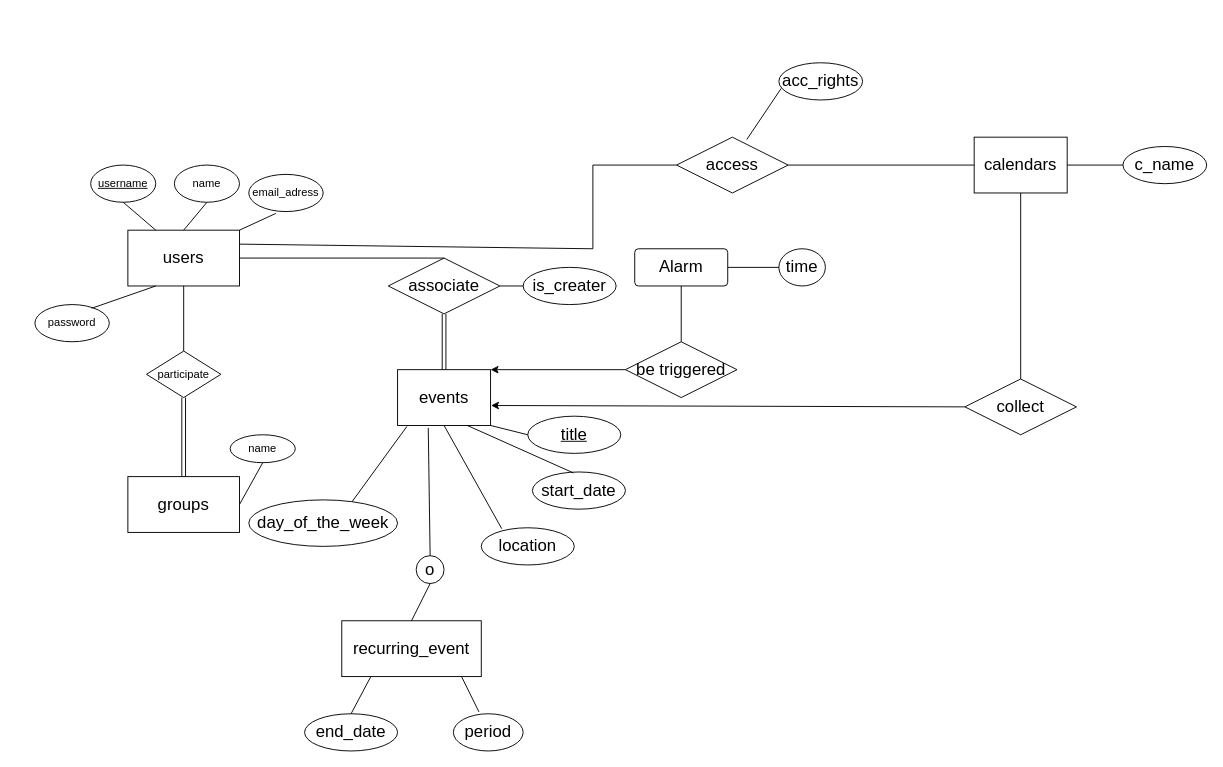
The draw.io diagram COMP 9311/assignment1-CSE-web-based.drawio in LoverCheng/unsw, before the edit. Source tidied: cells renumbered, new cells numbered last; positions are measured from the earlier drawing's top-left corner, leaving out a move shared by most shapes. Both pictures are drawn from the tidied source at 93%, with x=0, y=0 at pixel (34, 62).
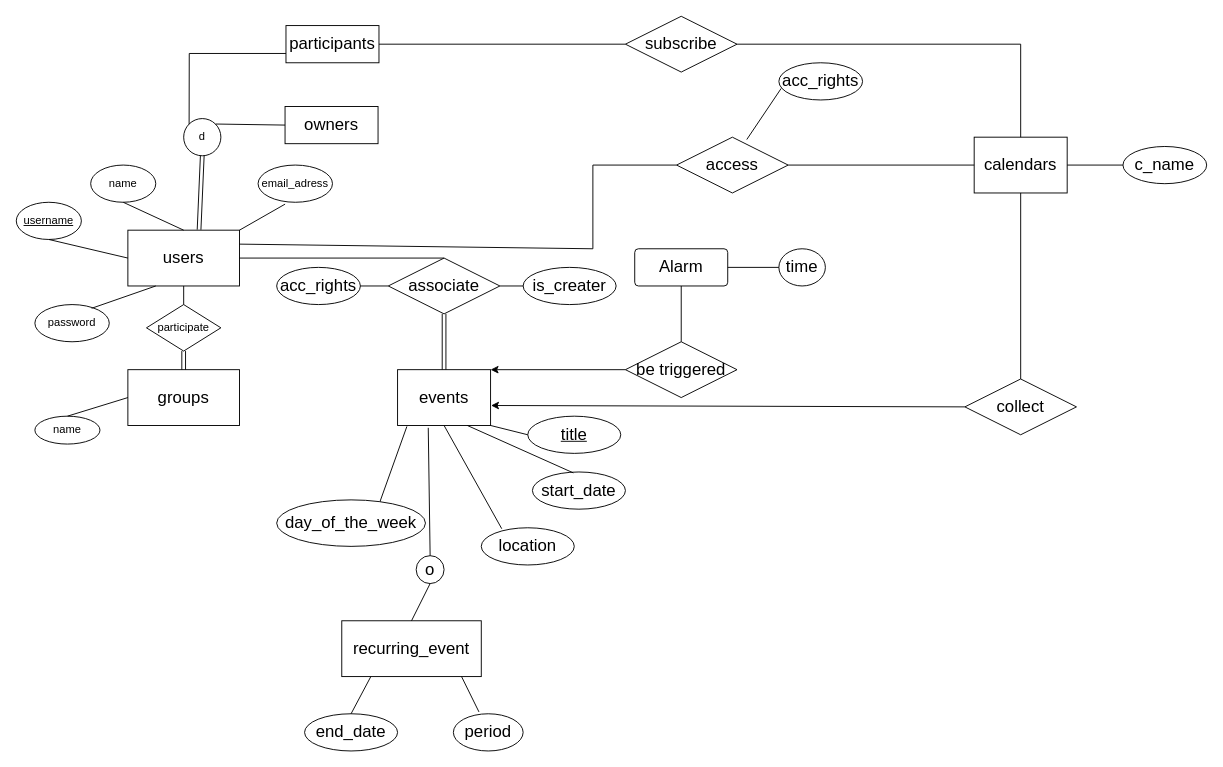
After the change.

Unchanged cells that the change refers to:
```xml
<mxCell id="3" value="&lt;font style=&quot;font-size: 18px;&quot;&gt;users&lt;/font&gt;" style="rounded=0;whiteSpace=wrap;html=1;" parent="1" vertex="1">
  <mxGeometry x="100" y="180" width="120" height="60" as="geometry" />
</mxCell>
<mxCell id="27" value="associate" style="shape=rhombus;perimeter=rhombusPerimeter;whiteSpace=wrap;html=1;align=center;fontSize=18;" parent="1" vertex="1">
  <mxGeometry x="380" y="210" width="120" height="60" as="geometry" />
</mxCell>
<mxCell id="45" value="&lt;span style=&quot;font-size: 18px;&quot;&gt;calendars&lt;/span&gt;" style="rounded=0;whiteSpace=wrap;html=1;" parent="1" vertex="1">
  <mxGeometry x="1010" y="80" width="100" height="60" as="geometry" />
</mxCell>
```

The edit, as a diff of the source:
```diff
@@
     <mxCell id="2" value="name" style="ellipse;whiteSpace=wrap;html=1;" parent="1" vertex="1">
-      <mxGeometry x="150" y="110" width="70" height="40" as="geometry" />
+      <mxGeometry x="60" y="110" width="70" height="40" as="geometry" />
     </mxCell>
@@
     <mxCell id="4" value="email_adress" style="ellipse;whiteSpace=wrap;html=1;" parent="1" vertex="1">
-      <mxGeometry x="230" y="120" width="80" height="40" as="geometry" />
+      <mxGeometry x="240" y="110" width="80" height="40" as="geometry" />
     </mxCell>
     <mxCell id="5" value="&lt;u&gt;username&lt;/u&gt;" style="ellipse;whiteSpace=wrap;html=1;" parent="1" vertex="1">
-      <mxGeometry x="60" y="110" width="70" height="40" as="geometry" />
+      <mxGeometry x="-20" y="150" width="70" height="40" as="geometry" />
     </mxCell>
@@
-    <mxCell id="8" style="endArrow=none;html=1;rounded=0;entryX=0.5;entryY=1;entryDx=0;entryDy=0;exitX=0.25;exitY=0;exitDx=0;exitDy=0;" parent="1" edge="1" source="3" target="5">
+    <mxCell id="8" style="endArrow=none;html=1;rounded=0;entryX=0.5;entryY=1;entryDx=0;entryDy=0;exitX=0;exitY=0.5;exitDx=0;exitDy=0;" parent="1" edge="1" source="3" target="5">
       <mxGeometry relative="1" as="geometry" />
     </mxCell>
@@
     <mxCell id="11" value="&lt;font style=&quot;font-size: 18px;&quot;&gt;groups&lt;/font&gt;" style="rounded=0;whiteSpace=wrap;html=1;" parent="1" vertex="1">
-      <mxGeometry x="100" y="445" width="120" height="60" as="geometry" />
+      <mxGeometry x="100" y="330" width="120" height="60" as="geometry" />
     </mxCell>
     <mxCell id="12" value="name" style="ellipse;whiteSpace=wrap;html=1;" parent="1" vertex="1">
-      <mxGeometry x="210" y="400" width="70" height="30" as="geometry" />
+      <mxGeometry y="380" width="70" height="30" as="geometry" />
     </mxCell>
-    <mxCell id="13" style="endArrow=none;html=1;rounded=0;entryX=0.5;entryY=1;entryDx=0;entryDy=0;exitX=1;exitY=0.5;exitDx=0;exitDy=0;" parent="1" edge="1" source="11" target="12">
+    <mxCell id="13" style="endArrow=none;html=1;rounded=0;entryX=0.5;entryY=0;entryDx=0;entryDy=0;exitX=0;exitY=0.5;exitDx=0;exitDy=0;" parent="1" edge="1" source="11" target="12">
       <mxGeometry relative="1" as="geometry" />
     </mxCell>
     <mxCell id="14" value="participate" style="rhombus;whiteSpace=wrap;html=1;" parent="1" vertex="1">
-      <mxGeometry x="120" y="310" width="80" height="50" as="geometry" />
+      <mxGeometry x="120" y="260" width="80" height="50" as="geometry" />
     </mxCell>
@@
     <mxCell id="29" value="day_of_the_week" style="ellipse;whiteSpace=wrap;html=1;align=center;fontSize=18;" parent="1" vertex="1">
-      <mxGeometry x="230" y="470" width="160" height="50" as="geometry" />
+      <mxGeometry x="260" y="470" width="160" height="50" as="geometry" />
     </mxCell>
@@
+    <mxCell id="56" value="participants" style="whiteSpace=wrap;html=1;align=center;labelBackgroundColor=none;fontSize=18;fillColor=none;" parent="1" vertex="1">
+      <mxGeometry x="270" y="-40" width="100" height="40" as="geometry" />
+    </mxCell>
+    <mxCell id="57" value="owners" style="whiteSpace=wrap;html=1;align=center;labelBackgroundColor=none;fontSize=18;fillColor=none;" parent="1" vertex="1">
+      <mxGeometry x="269" y="47" width="100" height="40" as="geometry" />
+    </mxCell>
+    <mxCell id="58" value="d" style="ellipse;whiteSpace=wrap;html=1;" parent="1" vertex="1">
+      <mxGeometry x="160" y="60" width="40" height="40" as="geometry" />
+    </mxCell>
+    <mxCell id="59" style="shape=link;html=1;rounded=0;fontSize=18;exitX=0.5;exitY=1;exitDx=0;exitDy=0;entryX=0.638;entryY=-0.008;entryDx=0;entryDy=0;entryPerimeter=0;" parent="1" edge="1" source="58" target="3">
+      <mxGeometry relative="1" as="geometry" />
+    </mxCell>
+    <mxCell id="60" style="endArrow=none;html=1;rounded=0;fontSize=18;exitX=0;exitY=0.75;exitDx=0;exitDy=0;entryX=0;entryY=0;entryDx=0;entryDy=0;" parent="1" edge="1" source="56" target="58">
+      <mxGeometry relative="1" as="geometry">
+        <Array as="points">
+          <mxPoint x="166" y="-10" />
+        </Array>
+      </mxGeometry>
+    </mxCell>
+    <mxCell id="61" style="endArrow=none;html=1;rounded=0;fontSize=18;exitX=0;exitY=0.5;exitDx=0;exitDy=0;entryX=1;entryY=0;entryDx=0;entryDy=0;" parent="1" edge="1" source="57" target="58">
+      <mxGeometry relative="1" as="geometry" />
+    </mxCell>
+    <mxCell id="62" value="subscribe" style="shape=rhombus;perimeter=rhombusPerimeter;whiteSpace=wrap;html=1;align=center;labelBackgroundColor=none;fontSize=18;fillColor=none;" parent="1" vertex="1">
+      <mxGeometry x="635" y="-50" width="120" height="60" as="geometry" />
+    </mxCell>
+    <mxCell id="63" style="endArrow=none;html=1;rounded=0;fontSize=18;exitX=1;exitY=0.5;exitDx=0;exitDy=0;entryX=0;entryY=0.5;entryDx=0;entryDy=0;" parent="1" edge="1" source="56" target="62">
+      <mxGeometry relative="1" as="geometry" />
+    </mxCell>
+    <mxCell id="64" style="endArrow=none;html=1;rounded=0;fontSize=18;exitX=1;exitY=0.5;exitDx=0;exitDy=0;entryX=0.5;entryY=0;entryDx=0;entryDy=0;" parent="1" edge="1" source="62" target="45">
+      <mxGeometry relative="1" as="geometry">
+        <Array as="points">
+          <mxPoint x="1060" y="-20" />
+        </Array>
+      </mxGeometry>
+    </mxCell>
+    <mxCell id="65" value="acc_rights" style="ellipse;whiteSpace=wrap;html=1;labelBackgroundColor=none;fontSize=18;fillColor=none;" parent="1" vertex="1">
+      <mxGeometry x="260" y="220" width="90" height="40" as="geometry" />
+    </mxCell>
+    <mxCell id="66" style="endArrow=none;html=1;rounded=0;fontSize=18;exitX=1;exitY=0.5;exitDx=0;exitDy=0;entryX=0;entryY=0.5;entryDx=0;entryDy=0;" parent="1" edge="1" source="65" target="27">
+      <mxGeometry relative="1" as="geometry" />
+    </mxCell>
```
